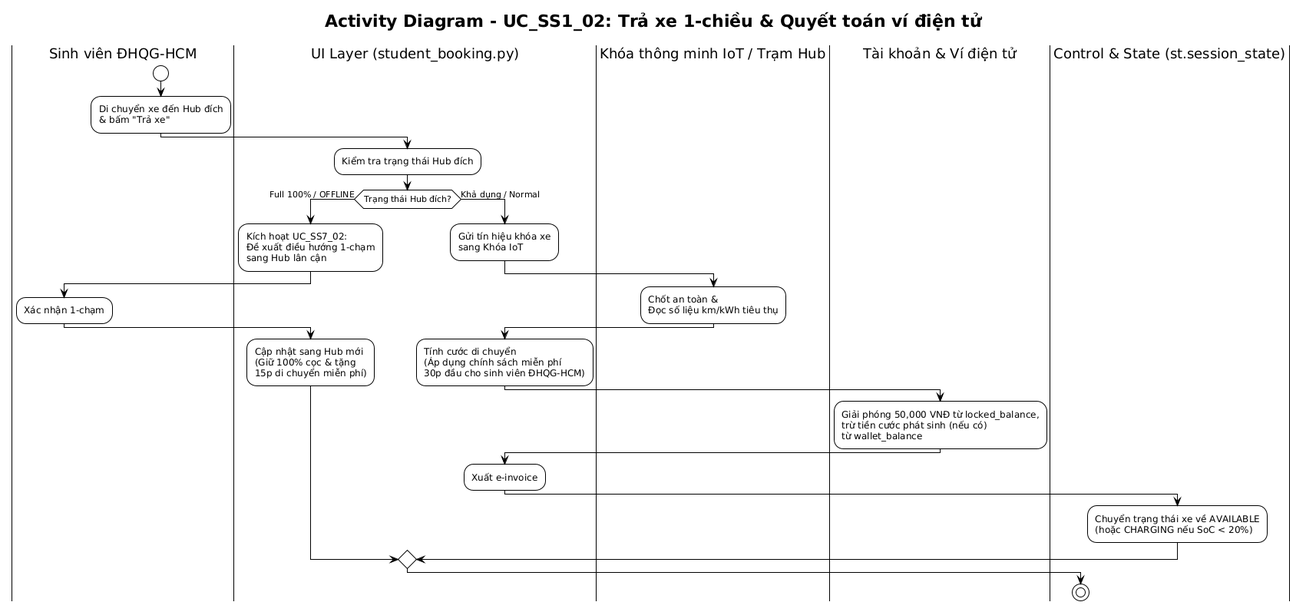
Dat-nguyen195/BTL_1_CNPM keeps this PlantUML diagram as docs/diagrams/Use-case detail-scenario/SS1/Activity diagrams/UC_SS1_02_NguyenThanhDat_activity.png. Above is the earlier version.
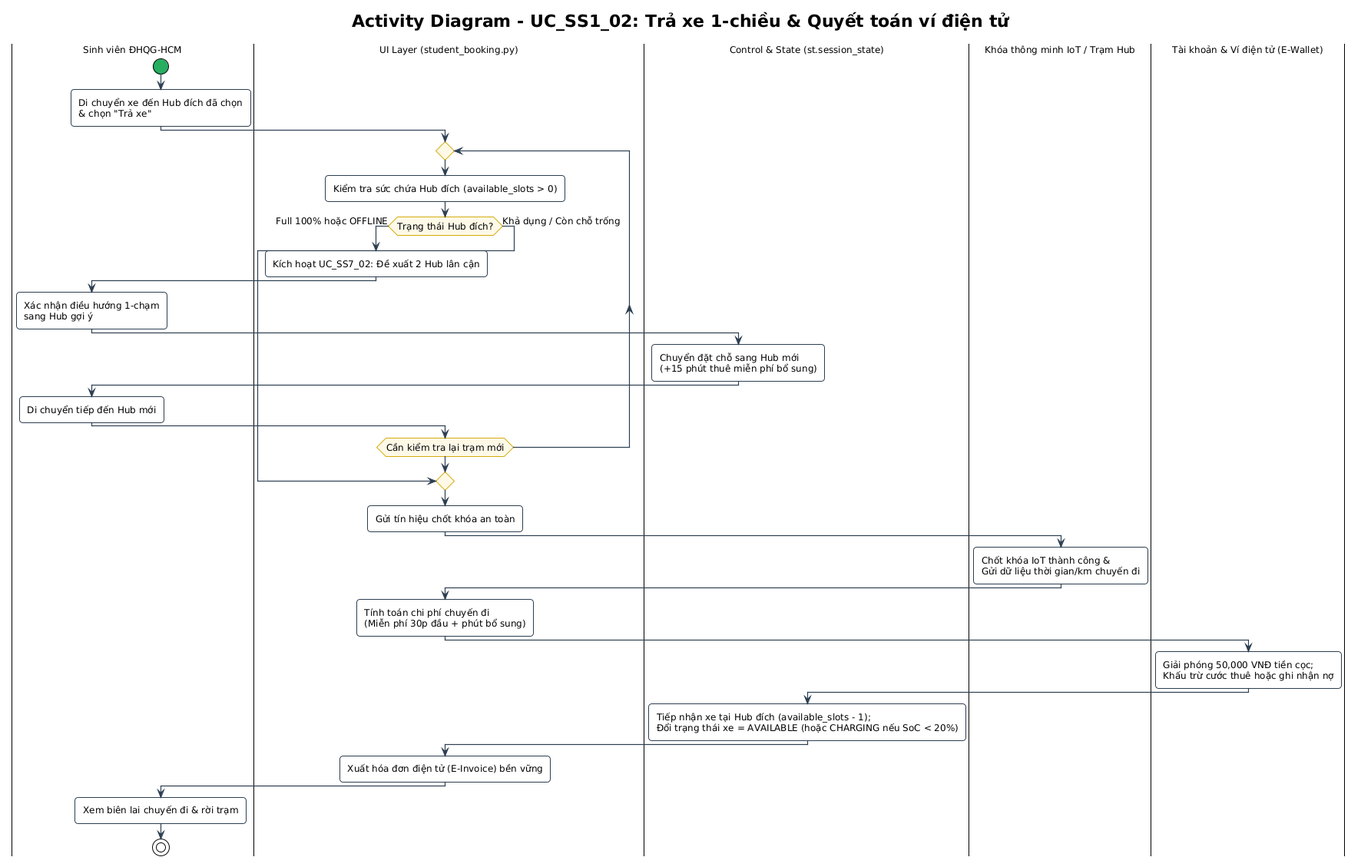
Above is the later version.

What changed in the source:
```diff
@@ -1,41 +1,51 @@
-@startuml
-!theme plain
+@startuml UC_SS1_02_NguyenThanhDat_activity
+!pragma layout smetana
+!include ../../../common.puml
 skinparam activityMessageAlign center
 
 title Activity Diagram - UC_SS1_02: Trả xe 1-chiều & Quyết toán ví điện tử
 
 |Sinh viên ĐHQG-HCM|
 start
-:Di chuyển xe đến Hub đích\n& bấm "Trả xe";
+:Di chuyển xe đến Hub đích đã chọn\n& chọn "Trả xe";
 
 |UI Layer (student_booking.py)|
-:Kiểm tra trạng thái Hub đích;
-if (Trạng thái Hub đích?) then (Full 100% / OFFLINE)
-  :Kích hoạt UC_SS7_02:\nĐề xuất điều hướng 1-chạm\nsang Hub lân cận;
+repeat
+  :Kiểm tra sức chứa Hub đích (available_slots > 0);
+  if (Trạng thái Hub đích?) then (Full 100% hoặc OFFLINE)
+    :Kích hoạt UC_SS7_02: Đề xuất 2 Hub lân cận;
+    |Sinh viên ĐHQG-HCM|
+    :Xác nhận điều hướng 1-chạm\nsang Hub gợi ý;
+    |Control & State (st.session_state)|
+    :Chuyển đặt chỗ sang Hub mới\n(+15 phút thuê miễn phí bổ sung);
+    |Sinh viên ĐHQG-HCM|
+    :Di chuyển tiếp đến Hub mới;
+    |UI Layer (student_booking.py)|
+  else (Khả dụng / Còn chỗ trống)
+    break
+  endif
+repeat while (Cần kiểm tra lại trạm mới)
 
-  |Sinh viên ĐHQG-HCM|
-  :Xác nhận 1-chạm;
+|UI Layer (student_booking.py)|
+:Gửi tín hiệu chốt khóa an toàn;
 
-  |UI Layer (student_booking.py)|
-  :Cập nhật sang Hub mới\n(Giữ 100% cọc & tặng\n15p di chuyển miễn phí);
-else (Khả dụng / Normal)
-  |UI Layer (student_booking.py)|
-  :Gửi tín hiệu khóa xe\nsang Khóa IoT;
+|Khóa thông minh IoT / Trạm Hub|
+:Chốt khóa IoT thành công &\nGửi dữ liệu thời gian/km chuyến đi;
 
-  |Khóa thông minh IoT / Trạm Hub|
-  :Chốt an toàn &\nĐọc số liệu km/kWh tiêu thụ;
+|UI Layer (student_booking.py)|
+:Tính toán chi phí chuyến đi\n(Miễn phí 30p đầu + phút bổ sung);
 
-  |UI Layer (student_booking.py)|
-  :Tính cước di chuyển\n(Áp dụng chính sách miễn phí\n30p đầu cho sinh viên ĐHQG-HCM);
+|Tài khoản & Ví điện tử (E-Wallet)|
+:Giải phóng 50,000 VNĐ tiền cọc;\nKhấu trừ cước thuê hoặc ghi nhận nợ;
 
-  |Tài khoản & Ví điện tử|
-  :Giải phóng 50,000 VNĐ từ locked_balance,\ntrừ tiền cước phát sinh (nếu có)\ntừ wallet_balance;
+|Control & State (st.session_state)|
+:Tiếp nhận xe tại Hub đích (available_slots - 1);\nĐổi trạng thái xe = AVAILABLE (hoặc CHARGING nếu SoC < 20%);
 
-  |UI Layer (student_booking.py)|
-  :Xuất e-invoice;
+|UI Layer (student_booking.py)|
+:Xuất hóa đơn điện tử (E-Invoice) bền vững;
 
-  |Control & State (st.session_state)|
-  :Chuyển trạng thái xe về AVAILABLE\n(hoặc CHARGING nếu SoC < 20%);
-endif
+|Sinh viên ĐHQG-HCM|
+:Xem biên lai chuyến đi & rời trạm;
 stop
+
 @enduml
```
